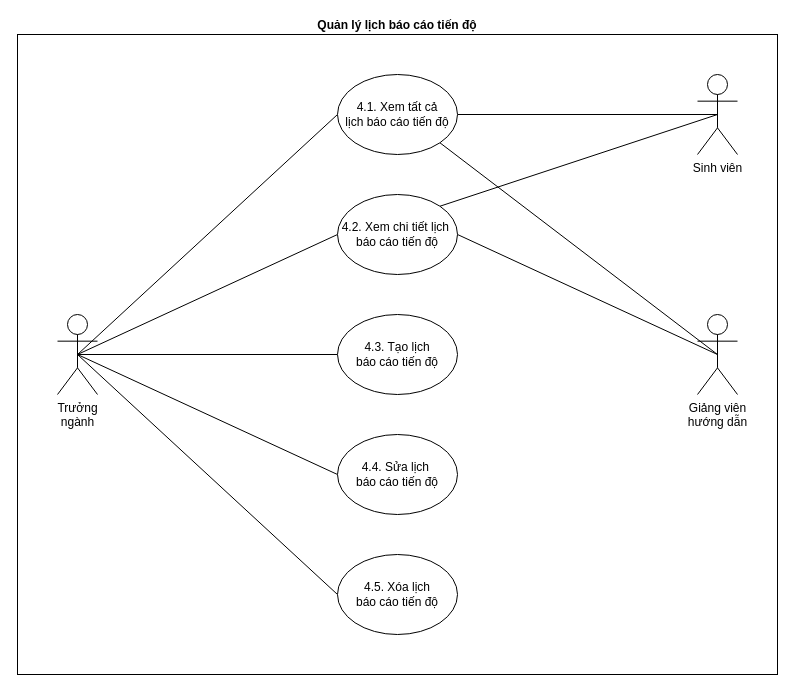
Before: page "Quản lý lịch báo cáo tiến độ" (4 of 14) of docs/diagrams/usecase.drawio in doonpy/grasis, a draw.io diagram. Source tidied: cells renumbered, new cells numbered last; positions are measured from the earlier drawing's top-left corner, leaving out a move shared by most shapes. Both pictures are drawn from the tidied source at 100%, with x=0, y=0 at pixel (17, 34).
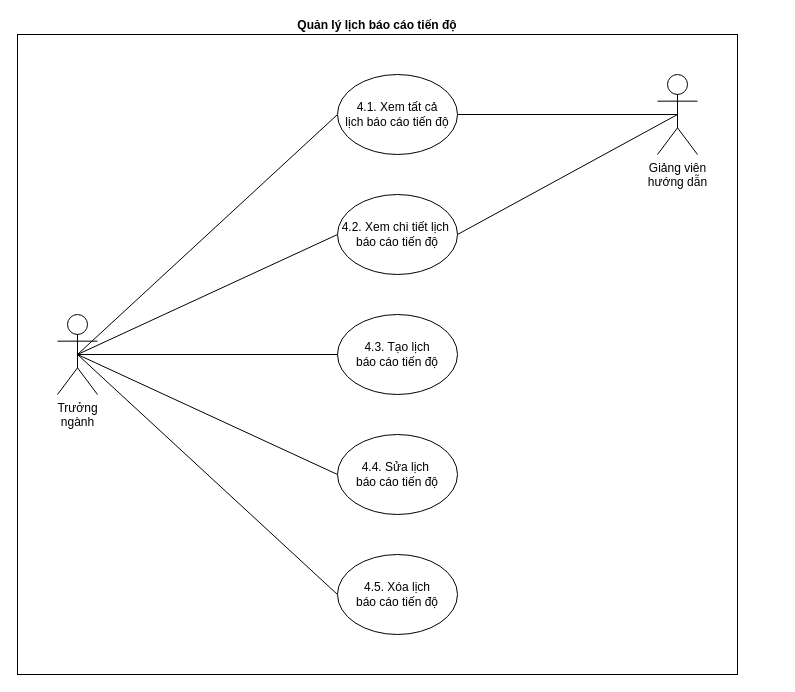
After the change.

Change to the diagram source:
```diff
@@
 <mxGraphModel>
   <root>
     <mxCell id="0" />
     <mxCell id="1" parent="0" />
     <mxCell id="2" value="Quản lý lịch báo cáo tiến độ" style="whiteSpace=wrap;html=1;align=center;labelPosition=center;verticalLabelPosition=top;verticalAlign=bottom;fontStyle=1;" parent="1" vertex="1">
-      <mxGeometry width="760" height="640" as="geometry" />
+      <mxGeometry width="720" height="640" as="geometry" />
     </mxCell>
     <mxCell id="3" style="edgeStyle=none;rounded=0;jettySize=auto;html=1;exitX=0.5;exitY=0.5;exitDx=0;exitDy=0;exitPerimeter=0;entryX=0;entryY=0.5;entryDx=0;entryDy=0;endArrow=none;endFill=0;" parent="1" edge="1" source="7" target="16">
       <mxGeometry relative="1" as="geometry" />
     </mxCell>
     <mxCell id="4" style="edgeStyle=none;rounded=0;jettySize=auto;html=1;exitX=0.5;exitY=0.5;exitDx=0;exitDy=0;exitPerimeter=0;entryX=0;entryY=0.5;entryDx=0;entryDy=0;endArrow=none;endFill=0;" parent="1" edge="1" source="7" target="17">
       <mxGeometry relative="1" as="geometry" />
     </mxCell>
     <mxCell id="5" style="edgeStyle=none;rounded=0;jettySize=auto;html=1;exitX=0.5;exitY=0.5;exitDx=0;exitDy=0;exitPerimeter=0;entryX=0;entryY=0.5;entryDx=0;entryDy=0;endArrow=none;endFill=0;" parent="1" edge="1" source="7" target="18">
       <mxGeometry relative="1" as="geometry" />
     </mxCell>
     <mxCell id="6" style="edgeStyle=none;rounded=0;jettySize=auto;html=1;exitX=0.5;exitY=0.5;exitDx=0;exitDy=0;exitPerimeter=0;entryX=0;entryY=0.5;entryDx=0;entryDy=0;endArrow=none;endFill=0;" parent="1" edge="1" source="7" target="19">
       <mxGeometry relative="1" as="geometry" />
     </mxCell>
     <mxCell id="7" value="Trưởng&lt;br&gt;ngành" style="shape=umlActor;verticalLabelPosition=bottom;verticalAlign=top;html=1;outlineConnect=0;" parent="1" vertex="1">
       <mxGeometry x="40" y="280" width="40" height="80" as="geometry" />
     </mxCell>
-    <mxCell id="8" value="Sinh viên" style="shape=umlActor;verticalLabelPosition=bottom;verticalAlign=top;html=1;outlineConnect=0;" parent="1" vertex="1">
-      <mxGeometry x="680" y="40" width="40" height="80" as="geometry" />
-    </mxCell>
-    <mxCell id="9" style="edgeStyle=none;rounded=0;jettySize=auto;html=1;exitX=0.5;exitY=0.5;exitDx=0;exitDy=0;exitPerimeter=0;entryX=1;entryY=1;entryDx=0;entryDy=0;endArrow=none;endFill=0;" parent="1" edge="1" source="10" target="13">
+    <mxCell id="9" style="edgeStyle=none;rounded=0;jettySize=auto;html=1;exitX=0.5;exitY=0.5;exitDx=0;exitDy=0;exitPerimeter=0;entryX=1;entryY=0.5;entryDx=0;entryDy=0;endArrow=none;endFill=0;" parent="1" edge="1" source="10" target="13">
       <mxGeometry relative="1" as="geometry" />
     </mxCell>
     <mxCell id="10" value="Giảng viên&lt;br&gt;hướng dẫn" style="shape=umlActor;verticalLabelPosition=bottom;verticalAlign=top;html=1;outlineConnect=0;" parent="1" vertex="1">
-      <mxGeometry x="680" y="280" width="40" height="80" as="geometry" />
+      <mxGeometry x="640" y="40" width="40" height="80" as="geometry" />
     </mxCell>
     <mxCell id="11" style="edgeStyle=none;rounded=0;jettySize=auto;html=1;exitX=0;exitY=0.5;exitDx=0;exitDy=0;entryX=0.5;entryY=0.5;entryDx=0;entryDy=0;entryPerimeter=0;endArrow=none;endFill=0;" parent="1" edge="1" source="13" target="7">
       <mxGeometry relative="1" as="geometry" />
     </mxCell>
-    <mxCell id="12" style="edgeStyle=none;rounded=0;jettySize=auto;html=1;exitX=1;exitY=0.5;exitDx=0;exitDy=0;entryX=0.5;entryY=0.5;entryDx=0;entryDy=0;entryPerimeter=0;endArrow=none;endFill=0;" parent="1" edge="1" source="13" target="8">
-      <mxGeometry relative="1" as="geometry" />
-    </mxCell>
     <mxCell id="13" value="4.1. Xem tất cả&lt;br&gt;lịch&amp;nbsp;báo cáo tiến độ" style="ellipse;whiteSpace=wrap;html=1;" parent="1" vertex="1">
       <mxGeometry x="320" y="40" width="120" height="80" as="geometry" />
     </mxCell>
     <mxCell id="14" style="edgeStyle=none;rounded=0;jettySize=auto;html=1;exitX=1;exitY=0.5;exitDx=0;exitDy=0;entryX=0.5;entryY=0.5;entryDx=0;entryDy=0;entryPerimeter=0;endArrow=none;endFill=0;" parent="1" edge="1" source="16" target="10">
       <mxGeometry relative="1" as="geometry" />
     </mxCell>
-    <mxCell id="15" style="edgeStyle=none;rounded=0;jettySize=auto;html=1;exitX=1;exitY=0;exitDx=0;exitDy=0;entryX=0.5;entryY=0.5;entryDx=0;entryDy=0;entryPerimeter=0;endArrow=none;endFill=0;" parent="1" edge="1" source="16" target="8">
-      <mxGeometry relative="1" as="geometry" />
-    </mxCell>
     <mxCell id="16" value="4.2. Xem chi tiết lịch&amp;nbsp;&lt;br&gt;báo cáo tiến độ" style="ellipse;whiteSpace=wrap;html=1;" parent="1" vertex="1">
       <mxGeometry x="320" y="160" width="120" height="80" as="geometry" />
     </mxCell>
     <mxCell id="17" value="4.3. Tạo lịch&lt;br&gt;báo cáo tiến độ" style="ellipse;whiteSpace=wrap;html=1;" parent="1" vertex="1">
       <mxGeometry x="320" y="280" width="120" height="80" as="geometry" />
     </mxCell>
     <mxCell id="18" value="4.4. Sửa lịch&amp;nbsp;&lt;br&gt;báo cáo tiến độ" style="ellipse;whiteSpace=wrap;html=1;" parent="1" vertex="1">
       <mxGeometry x="320" y="400" width="120" height="80" as="geometry" />
     </mxCell>
     <mxCell id="19" value="4.5. Xóa lịch&lt;br&gt;báo cáo tiến độ" style="ellipse;whiteSpace=wrap;html=1;" parent="1" vertex="1">
       <mxGeometry x="320" y="520" width="120" height="80" as="geometry" />
     </mxCell>
   </root>
 </mxGraphModel>
```
